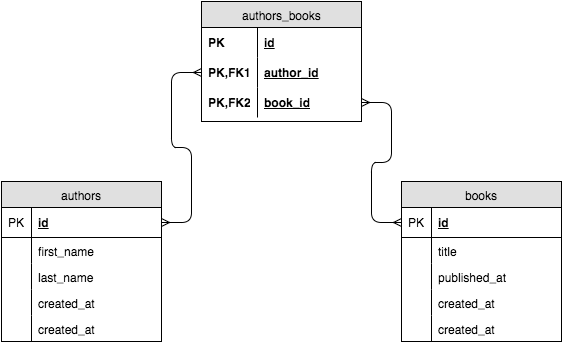
This is schema_many_to_many.png from blanford-fox-2016/schema-many-to-many, a draw.io export, as it was before one commit. Source tidied: cells renumbered, new cells last; positions are measured from the earlier drawing's top-left corner, leaving out a move shared by most shapes.
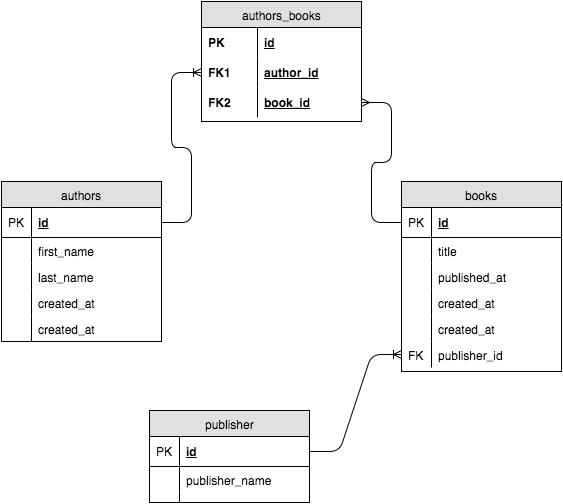
After the commit.

Commit message:
schema many to many

The edit, as a diff of the source:
```diff
@@ -47,17 +47,17 @@
     <mxCell id="16" value="author_id" style="shape=partialRectangle;top=0;left=0;right=0;bottom=0;html=1;align=left;verticalAlign=middle;fillColor=none;spacingLeft=60;spacingRight=4;whiteSpace=wrap;overflow=hidden;points=[[0,0.5],[1,0.5]];portConstraint=eastwest;fontStyle=5;" parent="13" vertex="1">
       <mxGeometry y="56" width="160" height="30" as="geometry" />
     </mxCell>
-    <mxCell id="17" value="PK,FK1" style="shape=partialRectangle;fontStyle=1;top=0;left=0;bottom=0;html=1;fillColor=none;align=left;verticalAlign=middle;spacingLeft=4;spacingRight=4;whiteSpace=wrap;overflow=hidden;" parent="16" vertex="1">
+    <mxCell id="17" value="FK1" style="shape=partialRectangle;fontStyle=1;top=0;left=0;bottom=0;html=1;fillColor=none;align=left;verticalAlign=middle;spacingLeft=4;spacingRight=4;whiteSpace=wrap;overflow=hidden;" parent="16" vertex="1">
       <mxGeometry width="56" height="30" as="geometry" />
     </mxCell>
     <mxCell id="18" value="book_id" style="shape=partialRectangle;top=0;left=0;right=0;bottom=0;html=1;align=left;verticalAlign=middle;fillColor=none;spacingLeft=60;spacingRight=4;whiteSpace=wrap;overflow=hidden;points=[[0,0.5],[1,0.5]];portConstraint=eastwest;fontStyle=5;" parent="13" vertex="1">
       <mxGeometry y="86" width="160" height="30" as="geometry" />
     </mxCell>
-    <mxCell id="19" value="PK,FK2" style="shape=partialRectangle;fontStyle=1;top=0;left=0;bottom=0;html=1;fillColor=none;align=left;verticalAlign=middle;spacingLeft=4;spacingRight=4;whiteSpace=wrap;overflow=hidden;" parent="18" vertex="1">
+    <mxCell id="19" value="FK2" style="shape=partialRectangle;fontStyle=1;top=0;left=0;bottom=0;html=1;fillColor=none;align=left;verticalAlign=middle;spacingLeft=4;spacingRight=4;whiteSpace=wrap;overflow=hidden;" parent="18" vertex="1">
       <mxGeometry width="56" height="30" as="geometry" />
     </mxCell>
     <mxCell id="20" value="books" style="swimlane;html=1;fontStyle=0;horizontal=1;startSize=26;fillColor=#e0e0e0;swimlaneFillColor=#ffffff;align=center;" parent="1" vertex="1">
-      <mxGeometry x="400" y="180" width="160" height="160" as="geometry" />
+      <mxGeometry x="400" y="180" width="160" height="190" as="geometry" />
     </mxCell>
     <mxCell id="21" value="id" style="shape=partialRectangle;top=0;left=0;right=0;bottom=1;html=1;align=left;verticalAlign=middle;fillColor=none;spacingLeft=34;spacingRight=4;whiteSpace=wrap;overflow=hidden;points=[[0,0.5],[1,0.5]];portConstraint=eastwest;fontStyle=5;" parent="20" vertex="1">
       <mxGeometry y="26" width="160" height="30" as="geometry" />
@@ -89,10 +89,40 @@
     <mxCell id="30" style="shape=partialRectangle;top=0;left=0;bottom=0;html=1;fillColor=none;align=left;verticalAlign=top;spacingLeft=4;spacingRight=4;whiteSpace=wrap;overflow=hidden;" parent="29" vertex="1">
       <mxGeometry width="30" height="26" as="geometry" />
     </mxCell>
+    <mxCell id="33" value="publisher_id" style="shape=partialRectangle;top=0;left=0;right=0;bottom=0;html=1;align=left;verticalAlign=top;fillColor=none;spacingLeft=34;spacingRight=4;whiteSpace=wrap;overflow=hidden;points=[[0,0.5],[1,0.5]];portConstraint=eastwest;" parent="20" vertex="1">
+      <mxGeometry y="160" width="160" height="26" as="geometry" />
+    </mxCell>
+    <mxCell id="34" value="FK" style="shape=partialRectangle;top=0;left=0;bottom=0;html=1;fillColor=none;align=left;verticalAlign=top;spacingLeft=4;spacingRight=4;whiteSpace=wrap;overflow=hidden;" parent="33" vertex="1">
+      <mxGeometry width="30" height="26" as="geometry" />
+    </mxCell>
+    <mxCell id="35" value="publisher" style="swimlane;html=1;fontStyle=0;horizontal=1;startSize=26;fillColor=#e0e0e0;swimlaneFillColor=#ffffff;align=center;" parent="1" vertex="1">
+      <mxGeometry x="148" y="409" width="160" height="92" as="geometry" />
+    </mxCell>
+    <mxCell id="36" value="id" style="shape=partialRectangle;top=0;left=0;right=0;bottom=1;html=1;align=left;verticalAlign=middle;fillColor=none;spacingLeft=34;spacingRight=4;whiteSpace=wrap;overflow=hidden;points=[[0,0.5],[1,0.5]];portConstraint=eastwest;fontStyle=5;" parent="35" vertex="1">
+      <mxGeometry y="26" width="160" height="30" as="geometry" />
+    </mxCell>
+    <mxCell id="37" value="PK" style="shape=partialRectangle;top=0;left=0;bottom=0;html=1;fillColor=none;align=left;verticalAlign=middle;spacingLeft=4;spacingRight=4;whiteSpace=wrap;overflow=hidden;" parent="36" vertex="1">
+      <mxGeometry width="30" height="30" as="geometry" />
+    </mxCell>
+    <mxCell id="38" value="publisher_name" style="shape=partialRectangle;top=0;left=0;right=0;bottom=0;html=1;align=left;verticalAlign=top;fillColor=none;spacingLeft=34;spacingRight=4;whiteSpace=wrap;overflow=hidden;" parent="35" vertex="1">
+      <mxGeometry y="56" width="160" height="26" as="geometry" />
+    </mxCell>
+    <mxCell id="39" style="shape=partialRectangle;top=0;left=0;bottom=0;html=1;fillColor=none;align=left;verticalAlign=top;spacingLeft=4;spacingRight=4;whiteSpace=wrap;overflow=hidden;" parent="38" vertex="1">
+      <mxGeometry width="30" height="26" as="geometry" />
+    </mxCell>
+    <mxCell id="40" style="shape=partialRectangle;top=0;left=0;right=0;bottom=0;html=1;align=left;verticalAlign=top;fillColor=none;spacingLeft=34;spacingRight=4;whiteSpace=wrap;overflow=hidden;" parent="35" vertex="1">
+      <mxGeometry y="82" width="160" height="10" as="geometry" />
+    </mxCell>
+    <mxCell id="41" style="shape=partialRectangle;top=0;left=0;bottom=0;html=1;fillColor=none;align=left;verticalAlign=top;spacingLeft=4;spacingRight=4;whiteSpace=wrap;overflow=hidden;" parent="40" vertex="1">
+      <mxGeometry width="30" height="10" as="geometry" />
+    </mxCell>
-    <mxCell id="31" style="edgeStyle=entityRelationEdgeStyle;html=1;endArrow=ERmany;startArrow=ERmany;entryX=0;entryY=0.5;" parent="1" edge="1" source="3" target="16">
+    <mxCell id="31" style="edgeStyle=entityRelationEdgeStyle;html=1;endArrow=ERoneToMany;entryX=0;entryY=0.5;" parent="1" edge="1" source="3" target="16">
       <mxGeometry relative="1" as="geometry" />
     </mxCell>
+    <mxCell id="42" style="edgeStyle=entityRelationEdgeStyle;html=1;endArrow=ERoneToMany;exitX=1;exitY=0.5;entryX=0;entryY=0.5;" parent="1" edge="1" source="36" target="33">
+      <mxGeometry relative="1" as="geometry" />
+    </mxCell>
-    <mxCell id="32" style="edgeStyle=entityRelationEdgeStyle;html=1;endArrow=ERmany;startArrow=ERmany;exitX=1;exitY=0.5;entryX=0;entryY=0.5;" parent="1" edge="1" source="18" target="21">
+    <mxCell id="32" style="edgeStyle=entityRelationEdgeStyle;html=1;endArrow=none;exitX=1;exitY=0.5;entryX=0;entryY=0.5;endFill=0;startArrow=ERmany;startFill=0;" parent="1" edge="1" source="18" target="21">
       <mxGeometry relative="1" as="geometry" />
     </mxCell>
   </root>
```
